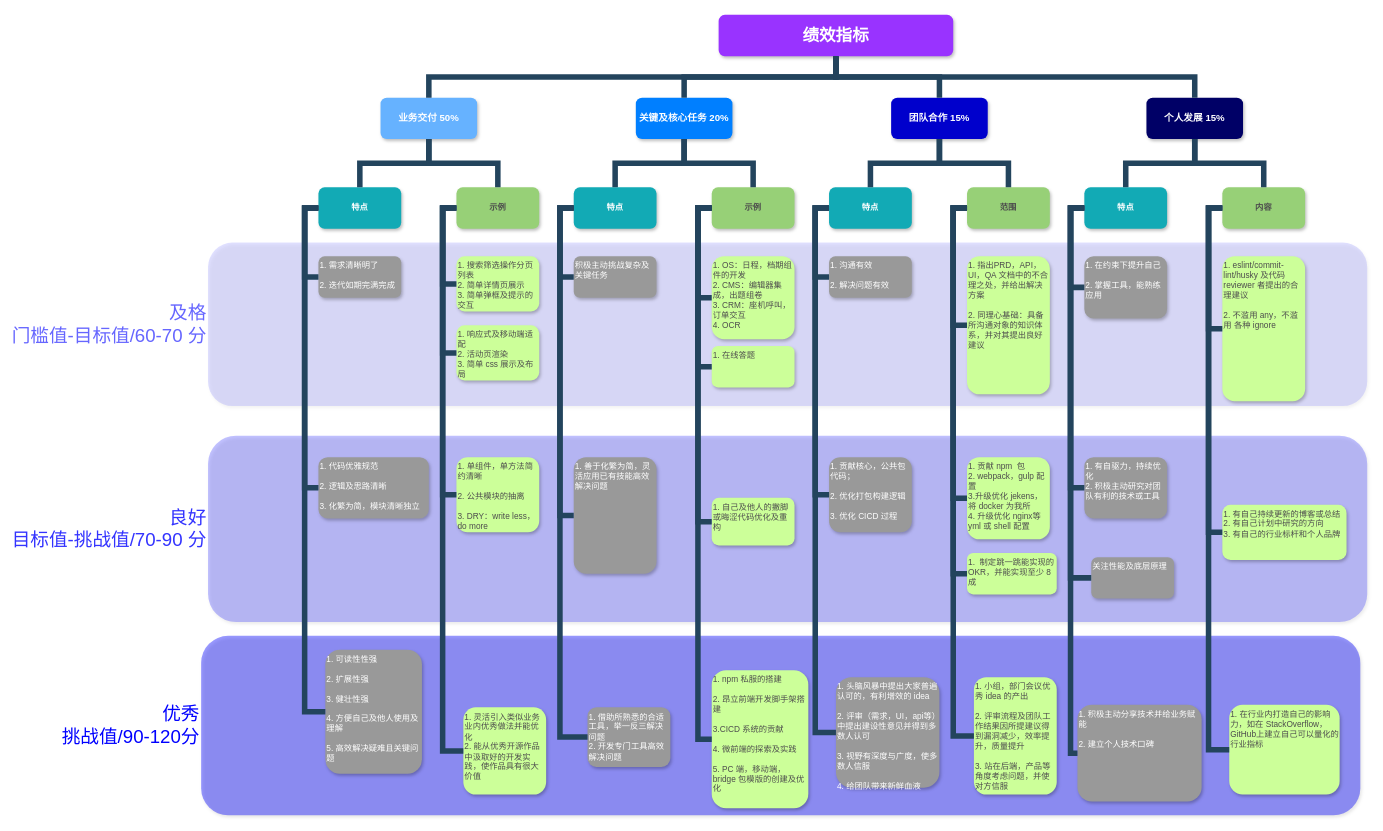
Earlier version of the draw.io diagram work/效率与质量维度.drawio (yanlee26/drawings). Source tidied: cells renumbered, new cells numbered last; positions are measured from the earlier drawing's top-left corner, leaving out a move shared by most shapes. Both pictures are drawn from the tidied source at 69%, with x=0, y=0 at pixel (201, 14).
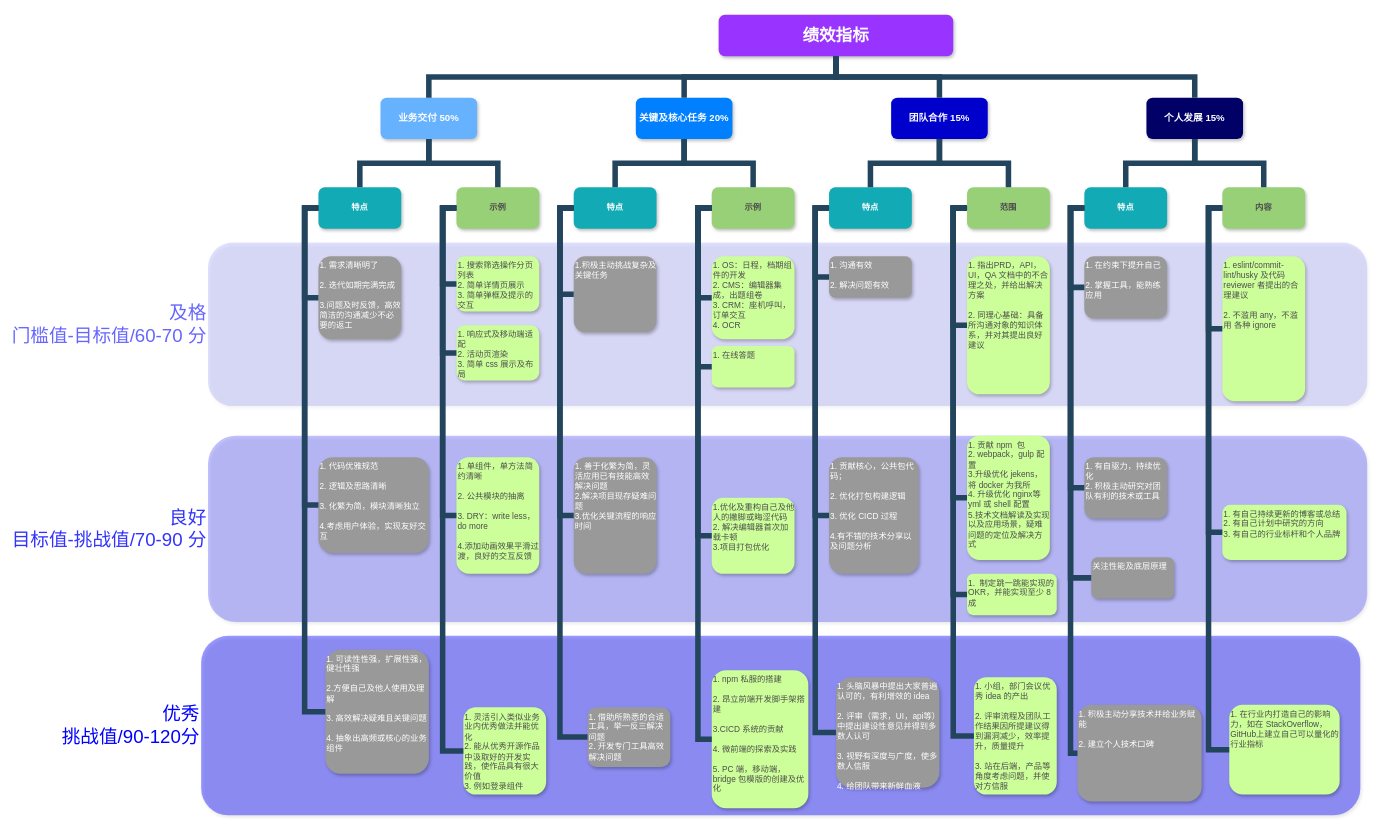
Above is the later version.

Unchanged cells that the change refers to:
```xml
<mxCell id="11" value="示例" style="whiteSpace=wrap;rounded=1;strokeColor=none;shadow=1;fontColor=#4D4D4D;fontStyle=1;fillColor=#97D077;" parent="1" vertex="1">
  <mxGeometry x="370" y="250" width="120" height="60" as="geometry" />
</mxCell>
```

The edit, as a diff of the source:
```diff
@@
-    <mxCell id="12" value="1. 需求清晰明了&#10;&#10;2. 迭代如期完满完成" style="whiteSpace=wrap;rounded=1;fillColor=#999999;strokeColor=none;shadow=1;fontColor=#FFFFFF;fontStyle=0;verticalAlign=top;align=left;" parent="1" vertex="1">
-      <mxGeometry x="170" y="350" width="120" height="60" as="geometry" />
+    <mxCell id="12" value="1. 需求清晰明了&#10;&#10;2. 迭代如期完满完成&#10;&#10;3.问题及时反馈，高效简洁的沟通减少不必要的返工" style="whiteSpace=wrap;rounded=1;fillColor=#999999;strokeColor=none;shadow=1;fontColor=#FFFFFF;fontStyle=0;verticalAlign=top;align=left;" parent="1" vertex="1">
+      <mxGeometry x="170" y="350" width="120" height="120" as="geometry" />
     </mxCell>
-    <mxCell id="13" value="1. 代码优雅规范&#10;&#10;2. 逻辑及思路清晰&#10;&#10;3. 化繁为简，模块清晰独立" style="whiteSpace=wrap;rounded=1;fillColor=#999999;strokeColor=none;shadow=1;fontColor=#FFFFFF;fontStyle=0;verticalAlign=top;align=left;" parent="1" vertex="1">
-      <mxGeometry x="170" y="641" width="160" height="89" as="geometry" />
+    <mxCell id="13" value="1. 代码优雅规范&#10;&#10;2. 逻辑及思路清晰&#10;&#10;3. 化繁为简，模块清晰独立&#10;&#10;4.考虑用户体验，实现友好交互" style="whiteSpace=wrap;rounded=1;fillColor=#999999;strokeColor=none;shadow=1;fontColor=#FFFFFF;fontStyle=0;verticalAlign=top;align=left;" parent="1" vertex="1">
+      <mxGeometry x="170" y="641" width="160" height="139" as="geometry" />
     </mxCell>
-    <mxCell id="14" value="1. 可读性性强&#10;&#10;2. 扩展性强&#10;&#10;3. 健壮性强&#10;&#10;4. 方便自己及他人使用及理解&#10;&#10;5. 高效解决疑难且关键问题&#10;&#10;" style="whiteSpace=wrap;rounded=1;fillColor=#999999;strokeColor=none;shadow=1;fontColor=#FFFFFF;fontStyle=0;verticalAlign=top;align=left;" parent="1" vertex="1">
-      <mxGeometry x="180" y="920" width="140" height="180" as="geometry" />
+    <mxCell id="14" value="1. 可读性性强，扩展性强，健壮性强&#10;&#10;2.方便自己及他人使用及理解&#10;&#10;3. 高效解决疑难且关键问题&#10;&#10;4. 抽象出高频或核心的业务组件&#10;&#10;" style="whiteSpace=wrap;rounded=1;fillColor=#999999;strokeColor=none;shadow=1;fontColor=#FFFFFF;fontStyle=0;verticalAlign=top;align=left;" parent="1" vertex="1">
+      <mxGeometry x="180" y="920" width="150" height="180" as="geometry" />
     </mxCell>
@@
-    <mxCell id="16" value="1. 单组件，单方法简约清晰&#10;&#10;2. 公共模块的抽离&#10;&#10;3. DRY：write less，do more" style="whiteSpace=wrap;rounded=1;strokeColor=none;shadow=1;fontStyle=0;fillColor=#CCFF99;fontColor=#4D4D4D;verticalAlign=top;align=left;" parent="1" vertex="1">
-      <mxGeometry x="370" y="641" width="120" height="109" as="geometry" />
+    <mxCell id="16" value="1. 单组件，单方法简约清晰&#10;&#10;2. 公共模块的抽离&#10;&#10;3. DRY：write less，do more&#10;&#10;4.添加动画效果平滑过渡，良好的交互反馈" style="whiteSpace=wrap;rounded=1;strokeColor=none;shadow=1;fontStyle=0;fillColor=#CCFF99;fontColor=#4D4D4D;verticalAlign=top;align=left;" parent="1" vertex="1">
+      <mxGeometry x="370" y="641" width="120" height="169" as="geometry" />
     </mxCell>
-    <mxCell id="17" value="1. 灵活引入类似业务业内优秀做法并能优化&#10;2. 能从优秀开源作品中汲取好的开发实践，使作品具有很大价值" style="whiteSpace=wrap;rounded=1;strokeColor=none;shadow=1;fontStyle=0;fillColor=#CCFF99;fontColor=#4D4D4D;verticalAlign=top;align=left;" parent="1" vertex="1">
+    <mxCell id="17" value="1. 灵活引入类似业务业内优秀做法并能优化&#10;2. 能从优秀开源作品中汲取好的开发实践，使作品具有很大价值&#10;3. 例如登录组件" style="whiteSpace=wrap;rounded=1;strokeColor=none;shadow=1;fontStyle=0;fillColor=#CCFF99;fontColor=#4D4D4D;verticalAlign=top;align=left;" parent="1" vertex="1">
       <mxGeometry x="380" y="1003.5" width="120" height="126.5" as="geometry" />
     </mxCell>
@@
-    <mxCell id="20" value="积极主动挑战复杂及关键任务" style="whiteSpace=wrap;rounded=1;fillColor=#999999;strokeColor=none;shadow=1;fontColor=#FFFFFF;fontStyle=0;verticalAlign=top;align=left;" parent="1" vertex="1">
-      <mxGeometry x="540" y="350" width="120" height="60" as="geometry" />
+    <mxCell id="20" value="1.积极主动挑战复杂及关键任务&#10;" style="whiteSpace=wrap;rounded=1;fillColor=#999999;strokeColor=none;shadow=1;fontColor=#FFFFFF;fontStyle=0;verticalAlign=top;align=left;" parent="1" vertex="1">
+      <mxGeometry x="540" y="350" width="120" height="110" as="geometry" />
     </mxCell>
-    <mxCell id="21" value="1. 善于化繁为简，灵活应用已有技能高效解决问题" style="whiteSpace=wrap;rounded=1;fillColor=#999999;strokeColor=none;shadow=1;fontColor=#FFFFFF;fontStyle=0;verticalAlign=top;align=left;" parent="1" vertex="1">
+    <mxCell id="21" value="1. 善于化繁为简，灵活应用已有技能高效解决问题&#10;2.解决项目现存疑难问题&#10;3.优化关键流程的响应时间" style="whiteSpace=wrap;rounded=1;fillColor=#999999;strokeColor=none;shadow=1;fontColor=#FFFFFF;fontStyle=0;verticalAlign=top;align=left;" parent="1" vertex="1">
       <mxGeometry x="540" y="641" width="120" height="169" as="geometry" />
     </mxCell>
@@
-    <mxCell id="24" value="1. 自己及他人的撇脚或晦涩代码优化及重构&#10;" style="whiteSpace=wrap;rounded=1;strokeColor=none;shadow=1;fontStyle=0;fillColor=#CCFF99;fontColor=#4D4D4D;verticalAlign=top;align=left;" parent="1" vertex="1">
-      <mxGeometry x="740" y="700" width="120" height="69" as="geometry" />
+    <mxCell id="24" value="1.优化及重构自己及他人的撇脚或晦涩代码&#10;2. 解决编辑器首次加载卡顿&#10;3.项目打包优化&#10;" style="whiteSpace=wrap;rounded=1;strokeColor=none;shadow=1;fontStyle=0;fillColor=#CCFF99;fontColor=#4D4D4D;verticalAlign=top;align=left;" parent="1" vertex="1">
+      <mxGeometry x="740" y="700" width="120" height="110" as="geometry" />
     </mxCell>
@@
     <mxCell id="33" style="edgeStyle=elbowEdgeStyle;elbow=horizontal;rounded=0;fontColor=#000000;endArrow=none;endFill=0;strokeWidth=8;strokeColor=#23445D;" parent="1" edge="1" source="11" target="16">
       <mxGeometry relative="1" as="geometry">
         <Array as="points">
+          <mxPoint x="350" y="550" />
           <mxPoint x="350" y="410" />
         </Array>
       </mxGeometry>
     </mxCell>
@@
-    <mxCell id="45" value="1. 贡献核心，公共包代码；&#10;&#10;2. 优化打包构建逻辑&#10;&#10;3. 优化 CICD 过程" style="whiteSpace=wrap;rounded=1;fillColor=#999999;strokeColor=none;shadow=1;fontColor=#FFFFFF;fontStyle=0;verticalAlign=top;align=left;" parent="1" vertex="1">
-      <mxGeometry x="910" y="641" width="120" height="109" as="geometry" />
+    <mxCell id="45" value="1. 贡献核心，公共包代码；&#10;&#10;2. 优化打包构建逻辑&#10;&#10;3. 优化 CICD 过程&#10;&#10;4.有不错的技术分享以及问题分析" style="whiteSpace=wrap;rounded=1;fillColor=#999999;strokeColor=none;shadow=1;fontColor=#FFFFFF;fontStyle=0;verticalAlign=top;align=left;" parent="1" vertex="1">
+      <mxGeometry x="910" y="641" width="130" height="169" as="geometry" />
     </mxCell>
@@
-    <mxCell id="48" value="1. 贡献 npm  包&#10;2. webpack，gulp 配置&#10;3.升级优化 jekens，&#10;将 docker 为我所&#10;4. 升级优化 nginx等 yml 或 shell 配置" style="whiteSpace=wrap;rounded=1;strokeColor=none;shadow=1;fontStyle=0;fontColor=#4D4D4D;fillColor=#CCFF99;verticalAlign=top;align=left;" parent="1" vertex="1">
-      <mxGeometry x="1110" y="641" width="120" height="119" as="geometry" />
+    <mxCell id="48" value="1. 贡献 npm  包&#10;2. webpack，gulp 配置&#10;3.升级优化 jekens，&#10;将 docker 为我所&#10;4. 升级优化 nginx等 yml 或 shell 配置&#10;5.技术文档解读及实现以及应用场景，疑难问题的定位及解决方式" style="whiteSpace=wrap;rounded=1;strokeColor=none;shadow=1;fontStyle=0;fontColor=#4D4D4D;fillColor=#CCFF99;verticalAlign=top;align=left;" parent="1" vertex="1">
+      <mxGeometry x="1110" y="610" width="120" height="180" as="geometry" />
     </mxCell>
     <mxCell id="49" value="1.  制定跳一跳能实现的 OKR，并能实现至少 8 成" style="whiteSpace=wrap;rounded=1;strokeColor=none;shadow=1;fontStyle=0;fontColor=#4D4D4D;fillColor=#CCFF99;verticalAlign=top;align=left;" parent="1" vertex="1">
-      <mxGeometry x="1110" y="780" width="130" height="60" as="geometry" />
+      <mxGeometry x="1110" y="810" width="130" height="60" as="geometry" />
     </mxCell>
@@
-    <mxCell id="84" value="1. 在线答题" style="whiteSpace=wrap;rounded=1;strokeColor=none;shadow=1;fontStyle=0;fillColor=#CCFF99;fontColor=#4D4D4D;verticalAlign=top;align=left;" parent="1" vertex="1">
+    <mxCell id="84" value="1. 在线答题&#10;" style="whiteSpace=wrap;rounded=1;strokeColor=none;shadow=1;fontStyle=0;fillColor=#CCFF99;fontColor=#4D4D4D;verticalAlign=top;align=left;" parent="1" vertex="1">
       <mxGeometry x="740" y="480" width="120" height="60" as="geometry" />
     </mxCell>
```
